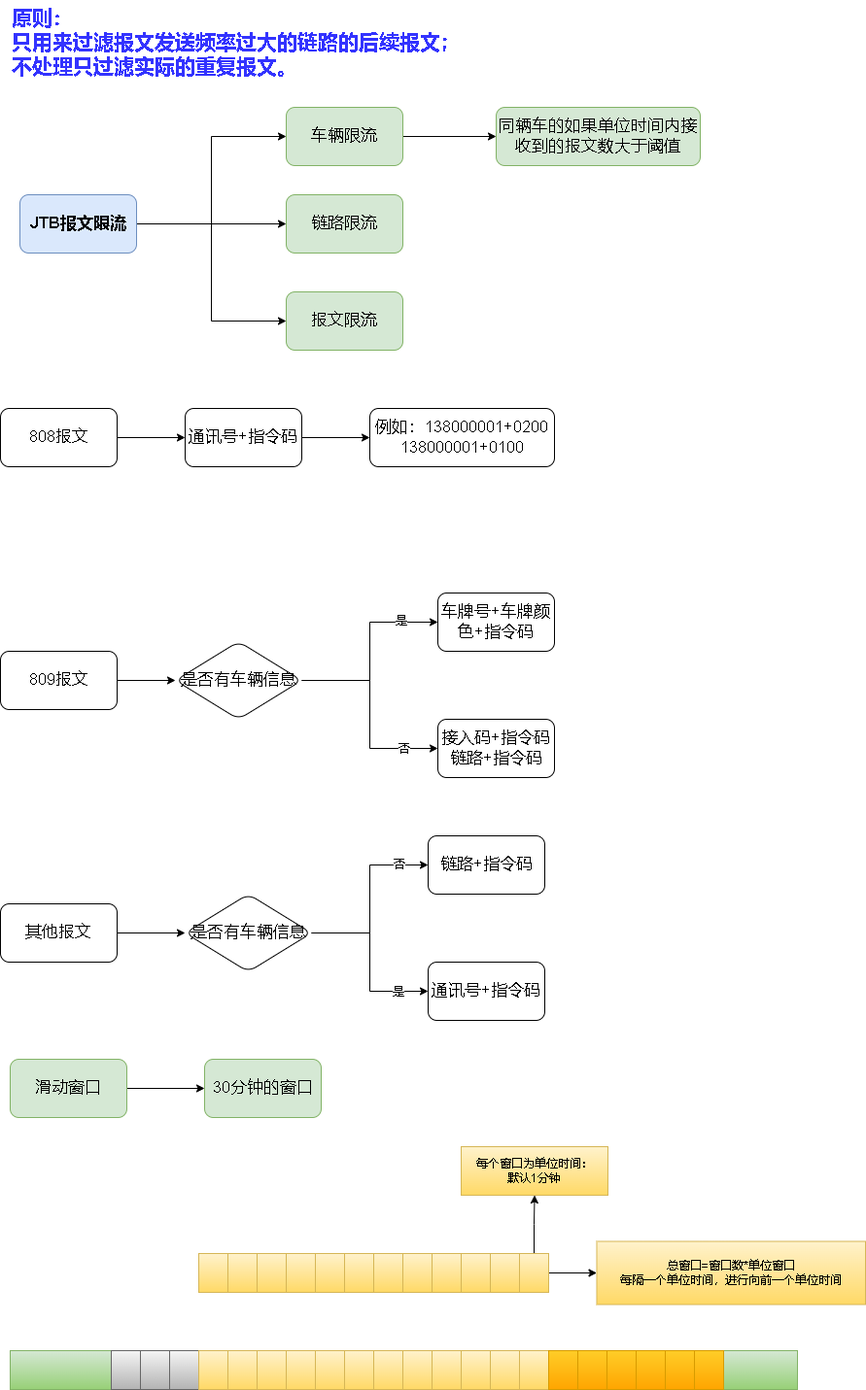
Before: jtb报文限流.drawio.png, a diagram exported from draw.io (xktder/draw). Source tidied: cells renumbered, new cells last; positions are measured from the earlier drawing's top-left corner, leaving out a move shared by most shapes.
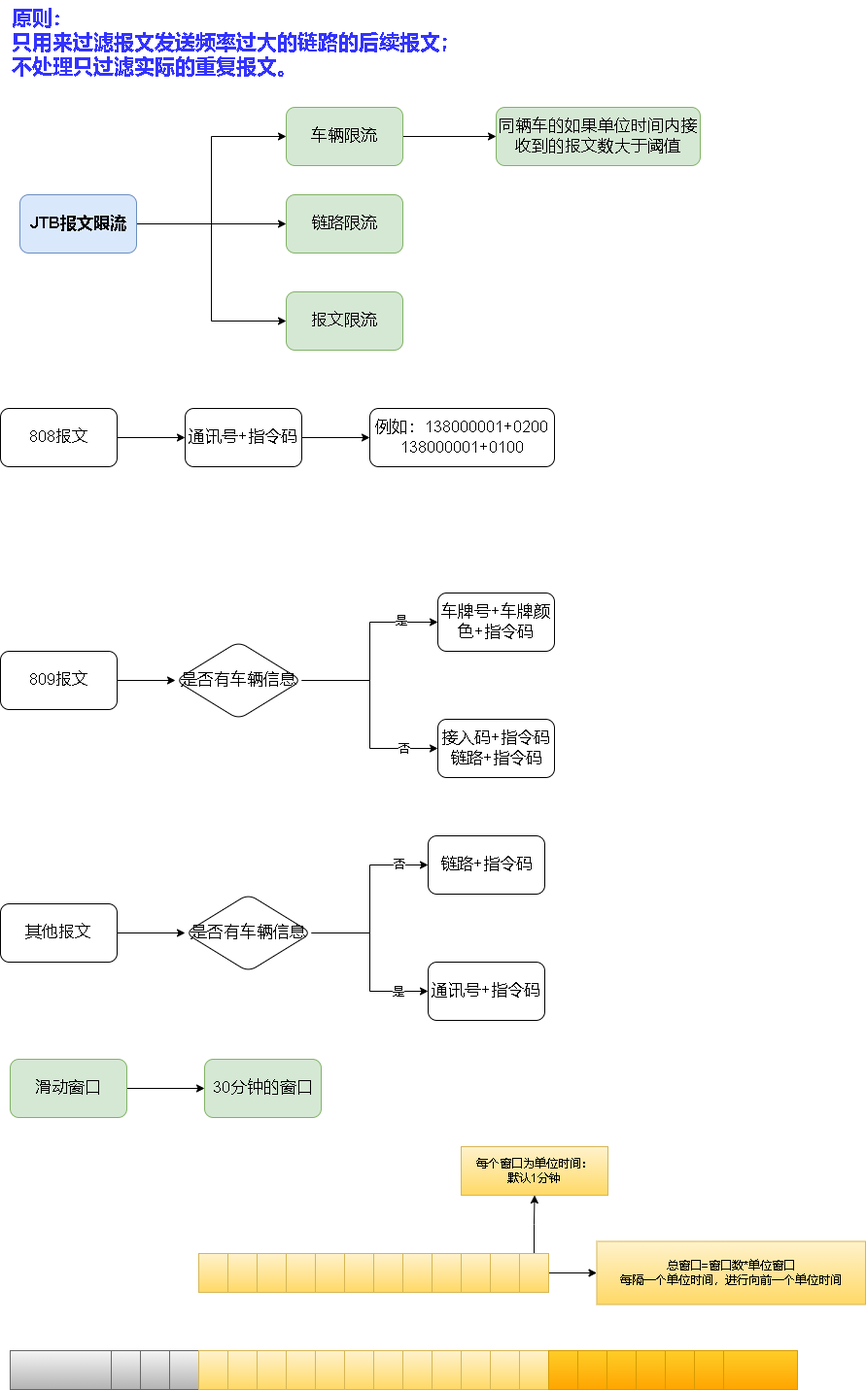
The same diagram one commit later.

Commit message:
更新jtb报文限流.drawio.png

The edit, as a diff of the source:
```diff
@@ -232,5 +232,11 @@
     <mxCell id="75" value="总窗口=窗口数*单位窗口&lt;br&gt;每隔一个单位时间，进行向前一个单位时间" style="whiteSpace=wrap;html=1;fillColor=#fff2cc;strokeColor=#d6b656;rounded=0;gradientColor=#ffd966;" parent="1" vertex="1">
       <mxGeometry x="613.5" y="1277.5" width="276.5" height="65" as="geometry" />
     </mxCell>
+    <mxCell id="76" style="rounded=0;whiteSpace=wrap;html=1;fontSize=12;fillColor=#f5f5f5;strokeColor=#666666;gradientColor=#b3b3b3;" parent="1" vertex="1">
+      <mxGeometry x="10" y="1390" width="104" height="40" as="geometry" />
+    </mxCell>
+    <mxCell id="77" style="rounded=0;whiteSpace=wrap;html=1;fontSize=12;fillColor=#ffcd28;gradientColor=#ffa500;strokeColor=#d79b00;" parent="1" vertex="1">
+      <mxGeometry x="744" y="1390" width="76" height="40" as="geometry" />
+    </mxCell>
   </root>
 </mxGraphModel>
```
